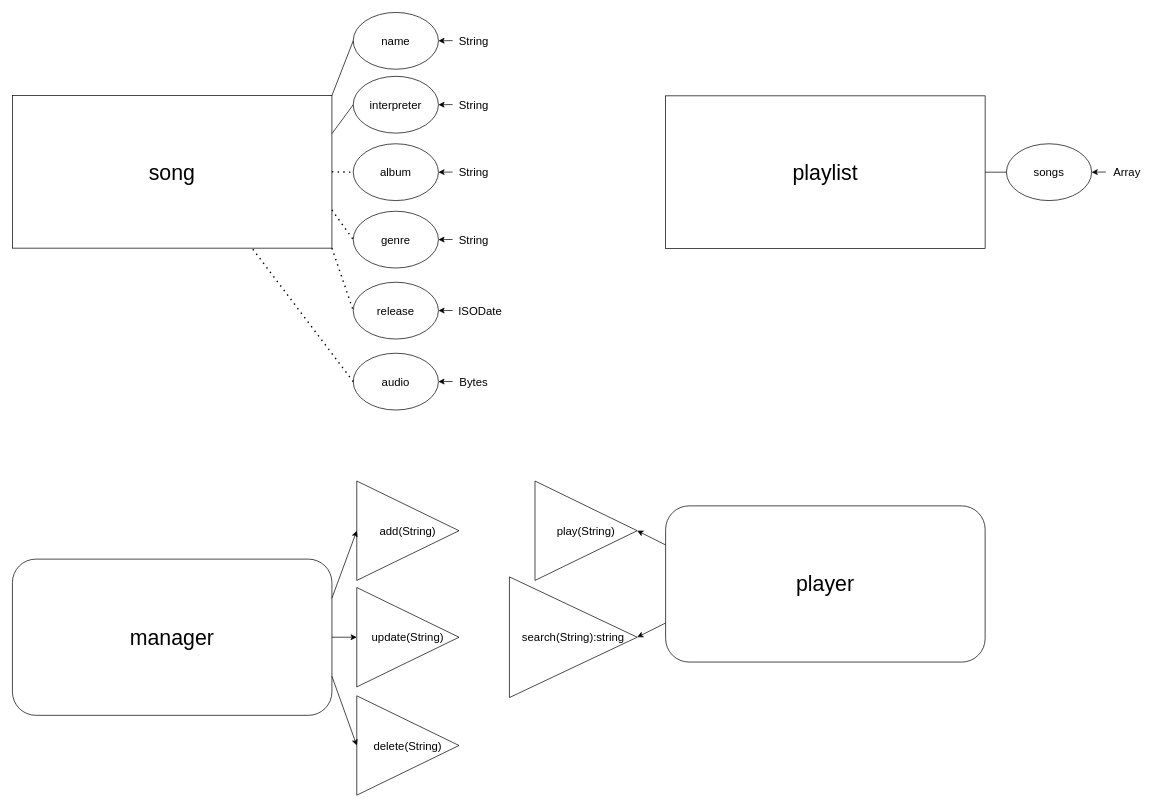
This is m165-jukebox.drawio from jzelAdmin2006/m165-jukebox, a draw.io file, before an edit. Source tidied: cells renumbered, new cells numbered last; positions are measured from the earlier drawing's top-left corner, leaving out a move shared by most shapes. Both pictures are drawn from the tidied source at 71%, with x=0, y=0 at pixel (12, 12).
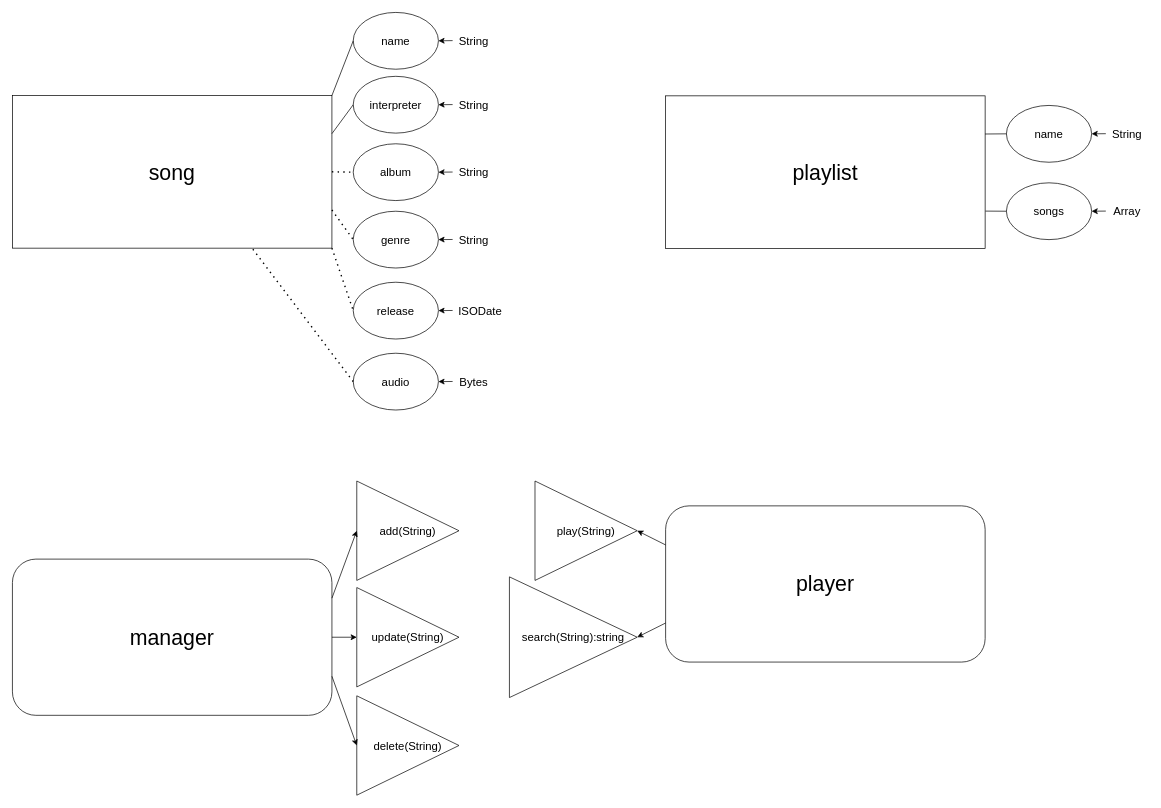
After the change.

Unchanged cells that the change refers to:
```xml
<mxCell id="23" value="&lt;font style=&quot;font-size: 30px;&quot;&gt;playlist&lt;/font&gt;" style="rounded=0;whiteSpace=wrap;html=1;" parent="1" vertex="1">
  <mxGeometry x="920" y="117.5" width="450" height="215" as="geometry" />
</mxCell>
```

The edit, as a diff of the source:
```diff
@@
-    <mxCell id="24" value="songs" style="ellipse;whiteSpace=wrap;html=1;fontSize=16;" parent="1" vertex="1">
-      <mxGeometry x="1400" y="185" width="120" height="80" as="geometry" />
-    </mxCell>
-    <mxCell id="25" style="endArrow=none;html=1;rounded=0;fontSize=16;entryX=0;entryY=0.5;entryDx=0;entryDy=0;exitX=1;exitY=0.5;exitDx=0;exitDy=0;" parent="1" edge="1" source="23" target="24">
-      <mxGeometry relative="1" as="geometry" />
-    </mxCell>
-    <mxCell id="26" style="endArrow=classic;html=1;rounded=0;fontSize=16;entryX=1;entryY=0.5;entryDx=0;entryDy=0;" parent="1" edge="1" target="24">
-      <mxGeometry relative="1" as="geometry">
-        <mxPoint x="1540" y="224.8" as="sourcePoint" />
-      </mxGeometry>
-    </mxCell>
-    <mxCell id="27" value="Array" style="text;html=1;strokeColor=none;fillColor=none;align=center;verticalAlign=middle;whiteSpace=wrap;rounded=0;fontSize=16;" parent="1" vertex="1">
-      <mxGeometry x="1540" y="210" width="60" height="30" as="geometry" />
-    </mxCell>
@@
+    <mxCell id="24" value="songs" style="ellipse;whiteSpace=wrap;html=1;fontSize=16;" parent="1" vertex="1">
+      <mxGeometry x="1400" y="240" width="120" height="80" as="geometry" />
+    </mxCell>
@@
+    <mxCell id="25" style="endArrow=none;html=1;rounded=0;fontSize=16;entryX=0;entryY=0.5;entryDx=0;entryDy=0;exitX=1.001;exitY=0.755;exitDx=0;exitDy=0;exitPerimeter=0;" parent="1" edge="1" source="23" target="24">
+      <mxGeometry relative="1" as="geometry" />
+    </mxCell>
@@
+    <mxCell id="44" style="endArrow=classic;html=1;rounded=0;fontSize=16;entryX=1;entryY=0.5;entryDx=0;entryDy=0;" parent="1" edge="1" target="24">
+      <mxGeometry relative="1" as="geometry">
+        <mxPoint x="1540" y="279.8" as="sourcePoint" />
+      </mxGeometry>
+    </mxCell>
@@
+    <mxCell id="27" value="Array" style="text;html=1;strokeColor=none;fillColor=none;align=center;verticalAlign=middle;whiteSpace=wrap;rounded=0;fontSize=16;" parent="1" vertex="1">
+      <mxGeometry x="1540" y="265" width="60" height="30" as="geometry" />
+    </mxCell>
@@
+    <mxCell id="45" value="name" style="ellipse;whiteSpace=wrap;html=1;fontSize=16;" parent="1" vertex="1">
+      <mxGeometry x="1400" y="131" width="120" height="80" as="geometry" />
+    </mxCell>
+    <mxCell id="46" style="endArrow=classic;html=1;rounded=0;fontSize=16;entryX=1;entryY=0.5;entryDx=0;entryDy=0;" parent="1" edge="1" target="45">
+      <mxGeometry relative="1" as="geometry">
+        <mxPoint x="1540" y="170.8" as="sourcePoint" />
+      </mxGeometry>
+    </mxCell>
+    <mxCell id="47" value="String" style="text;html=1;strokeColor=none;fillColor=none;align=center;verticalAlign=middle;whiteSpace=wrap;rounded=0;fontSize=16;" parent="1" vertex="1">
+      <mxGeometry x="1545" y="156" width="50" height="30" as="geometry" />
+    </mxCell>
+    <mxCell id="48" style="endArrow=none;html=1;rounded=0;exitX=1;exitY=0.25;exitDx=0;exitDy=0;entryX=0;entryY=0.5;entryDx=0;entryDy=0;" parent="1" edge="1" source="23" target="45">
+      <mxGeometry relative="1" as="geometry" />
+    </mxCell>
```
